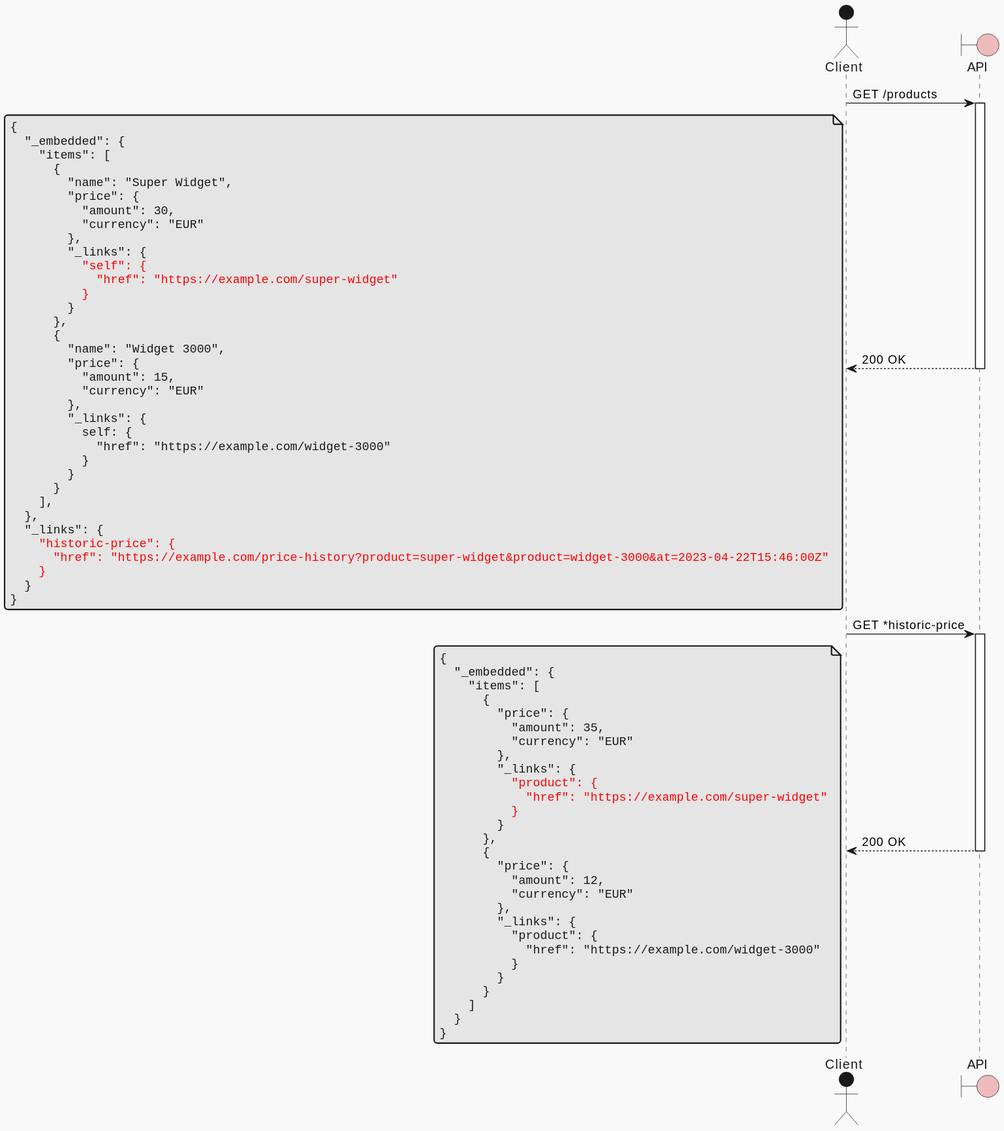
Earlier version of the PlantUML export _patterns/overlay_resource.svg (kewne/kewne.github.com).
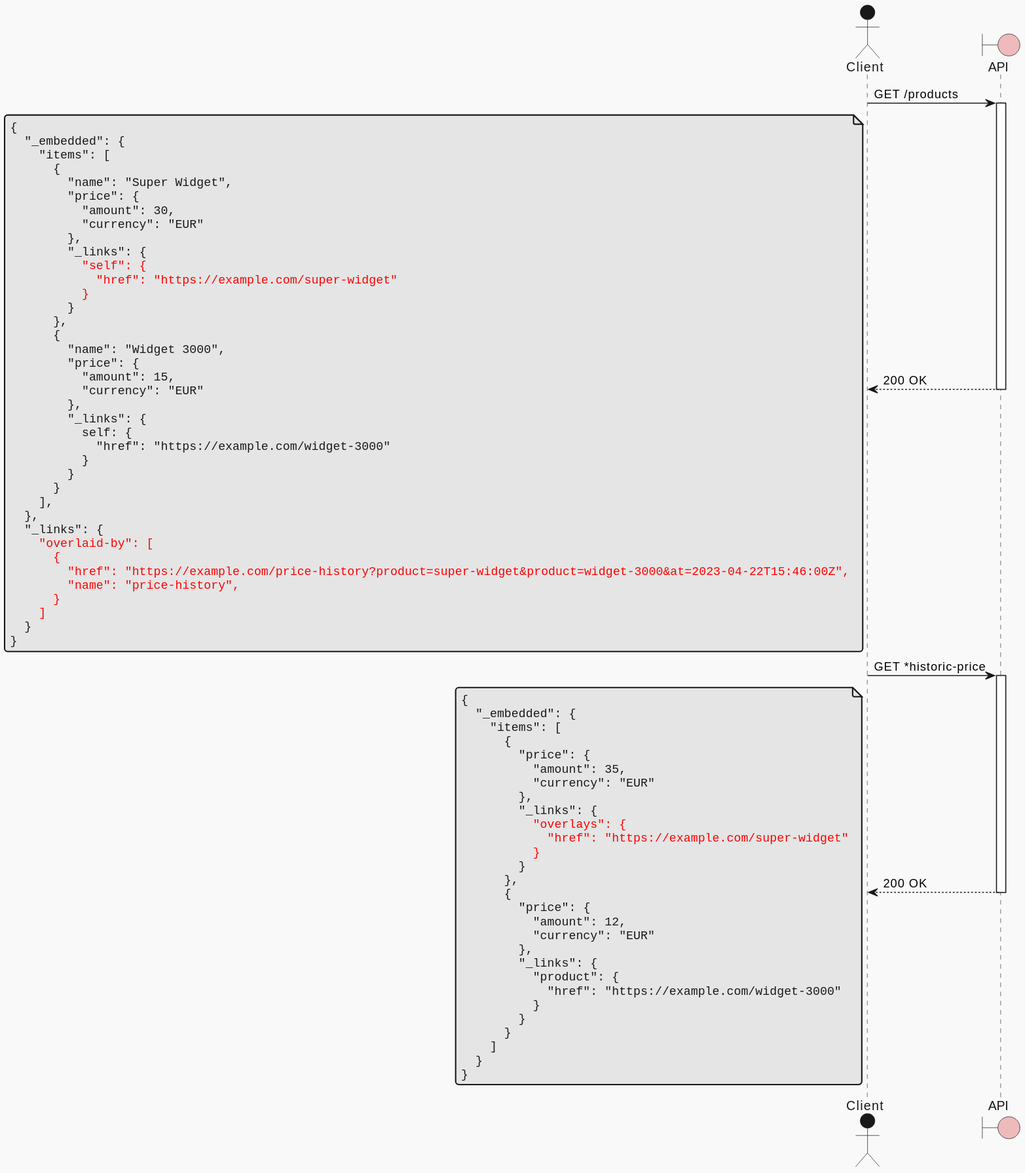
The same diagram one commit later.

Commit message:
feat: improve overlay resource pattern

What changed in the source:
```diff
@@ -38,9 +38,12 @@
     ],
   },
   "_links": {
-<color:red>    "historic-price": {
-<color:red>      "href": "https://example.com/price-history?product=super-widget&product=widget-3000&at=2023-04-22T15:46:00Z"
-<color:red>    }
+<color:red>    "overlaid-by": [
+<color:red>      {
+<color:red>        "href": "https://example.com/price-history?product=super-widget&product=widget-3000&at=2023-04-22T15:46:00Z",
+<color:red>        "name": "price-history",
+<color:red>      }
+<color:red>    ]
   }
 }
 endnote
@@ -57,7 +60,7 @@
           "currency": "EUR"
         },
         "_links": {
-<color:red>          "product": {
+<color:red>          "overlays": {
 <color:red>            "href": "https://example.com/super-widget"
 <color:red>          }
         }
```
